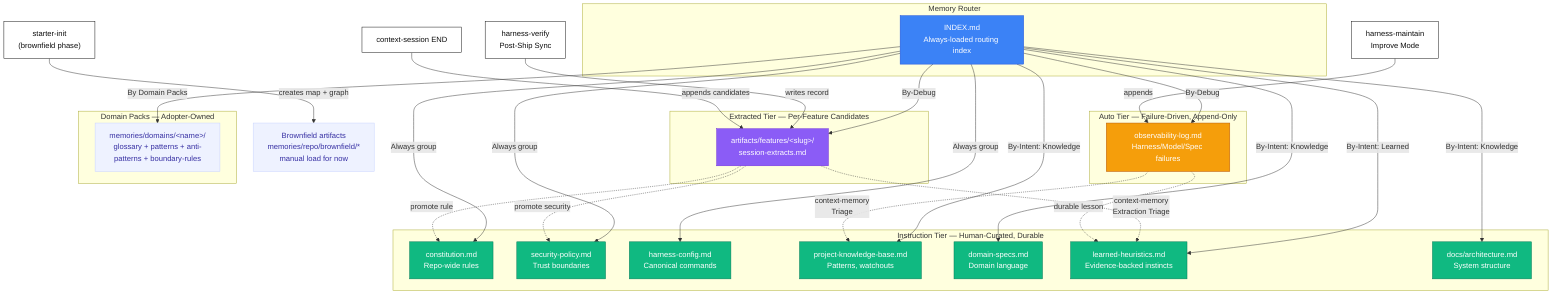
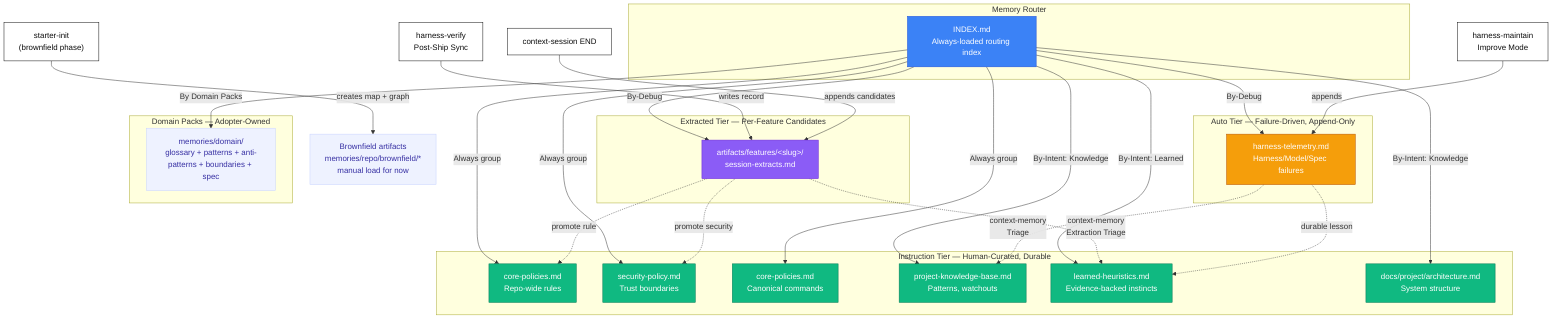
flowchart TD
    %% 3-Tier Memory Architecture (Instruction / Auto / Extracted)

    subgraph INSTR["Instruction Tier — Human-Curated, Durable"]
-         CONST[constitution.md<br/>Repo-wide rules]
+         CONST[core-policies.md<br/>Repo-wide rules]
        SEC[security-policy.md<br/>Trust boundaries]
-         HARN[harness-config.md<br/>Canonical commands]
+         HARN[core-policies.md<br/>Canonical commands]
        PKB[project-knowledge-base.md<br/>Patterns, watchouts]
-         DOM[domain-specs.md<br/>Domain language]
        HEUR[learned-heuristics.md<br/>Evidence-backed instincts]
-         ARCH[docs/architecture.md<br/>System structure]
+         ARCH[docs/project/architecture.md<br/>System structure]
    end

    subgraph AUTO["Auto Tier — Failure-Driven, Append-Only"]
-         OBS[observability-log.md<br/>Harness/Model/Spec failures]
+         OBS[harness-telemetry.md<br/>Harness/Model/Spec failures]
    end

    subgraph EXTR["Extracted Tier — Per-Feature Candidates"]
        EXT[artifacts/features/&lt;slug&gt;/<br/>session-extracts.md]
    end

    subgraph ROUTER["Memory Router"]
        IDX[INDEX.md<br/>Always-loaded routing index]
    end

    subgraph PACKS["Domain Packs — Adopter-Owned"]
-         DPACK[memories/domains/&lt;name&gt;/<br/>glossary + patterns + anti-patterns + boundary-rules]
+         DPACK[memories/domain/<br/>glossary + patterns + anti-patterns + boundaries + spec]
    end

    BROWN[Brownfield artifacts<br/>memories/repo/brownfield/*<br/>manual load for now]

    %% Routing
    IDX -->|Always group| CONST
    IDX -->|Always group| SEC
    IDX -->|Always group| HARN
    IDX -->|By-Intent: Knowledge| PKB
-     IDX -->|By-Intent: Knowledge| DOM
    IDX -->|By-Intent: Knowledge| ARCH
    IDX -->|By-Intent: Learned| HEUR
    IDX -->|By Domain Packs| DPACK
    IDX -->|By-Debug| OBS
    IDX -->|By-Debug| EXT

    %% Promotion flow (extracted -> instruction)
    EXT -.->|context-memory<br/>Extraction Triage| HEUR
    EXT -.->|promote rule| CONST
    EXT -.->|promote security| SEC
    OBS -.->|context-memory<br/>Triage| PKB
    OBS -.->|durable lesson| HEUR

    %% Writers
    AIDV[harness-verify<br/>Post-Ship Sync] -->|writes record| EXT
    AIHN[harness-maintain<br/>Improve Mode] -->|appends| OBS
    AIDS[context-session END] -->|appends candidates| EXT
    AIBR["starter-init<br/>(brownfield phase)"] -->|creates map + graph| BROWN

    classDef instr fill:#10b981,stroke:#047857,color:#fff
    classDef auto fill:#f59e0b,stroke:#b45309,color:#fff
    classDef extr fill:#8b5cf6,stroke:#6d28d9,color:#fff
    classDef router fill:#3b82f6,stroke:#1d4ed8,color:#fff
    classDef writer fill:#fff,stroke:#0d0d0d,color:#0d0d0d
    classDef packs fill:#eef2ff,stroke:#c7d2fe,color:#3730a3

-     class CONST,SEC,HARN,PKB,DOM,HEUR,ARCH instr
+     class CONST,SEC,HARN,PKB,HEUR,ARCH instr
    class OBS auto
    class EXT extr
    class IDX router
    class DPACK,BROWN packs
    class AIDV,AIHN,AIDS,AIBR writer
